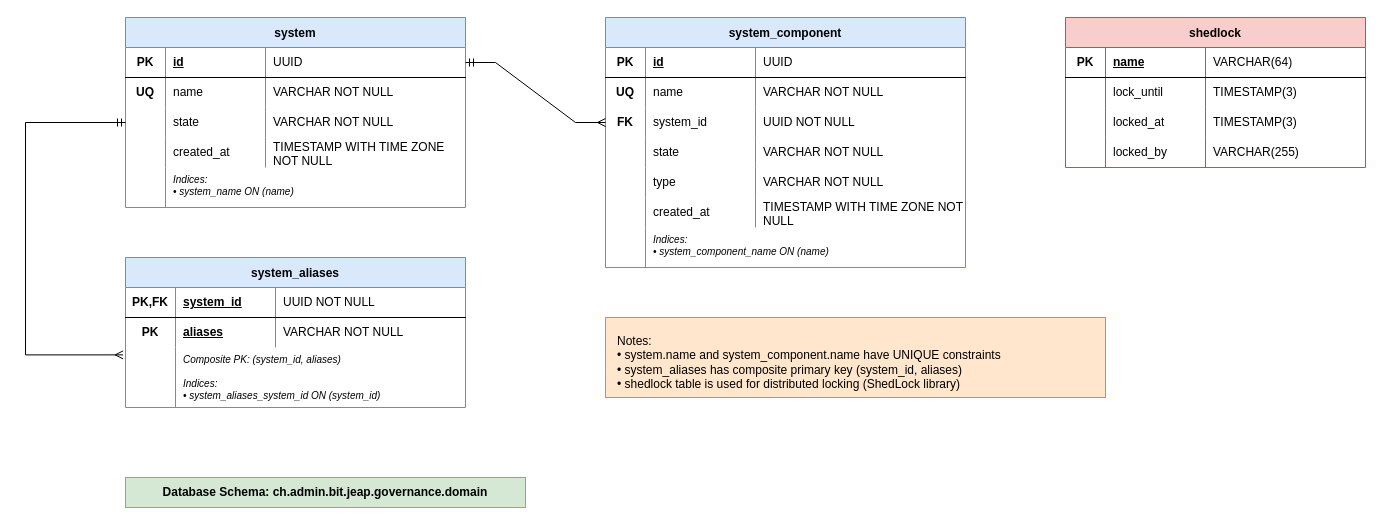
Before: docs/images/governance-db-schema.drawio in jeap-admin-ch/jeap-governance-service, a draw.io diagram. Source tidied: cells renumbered, new cells numbered last; positions are measured from the earlier drawing's top-left corner, leaving out a move shared by most shapes. Both pictures are drawn from the tidied source at 100%, with x=0, y=0 at pixel (25, 17).
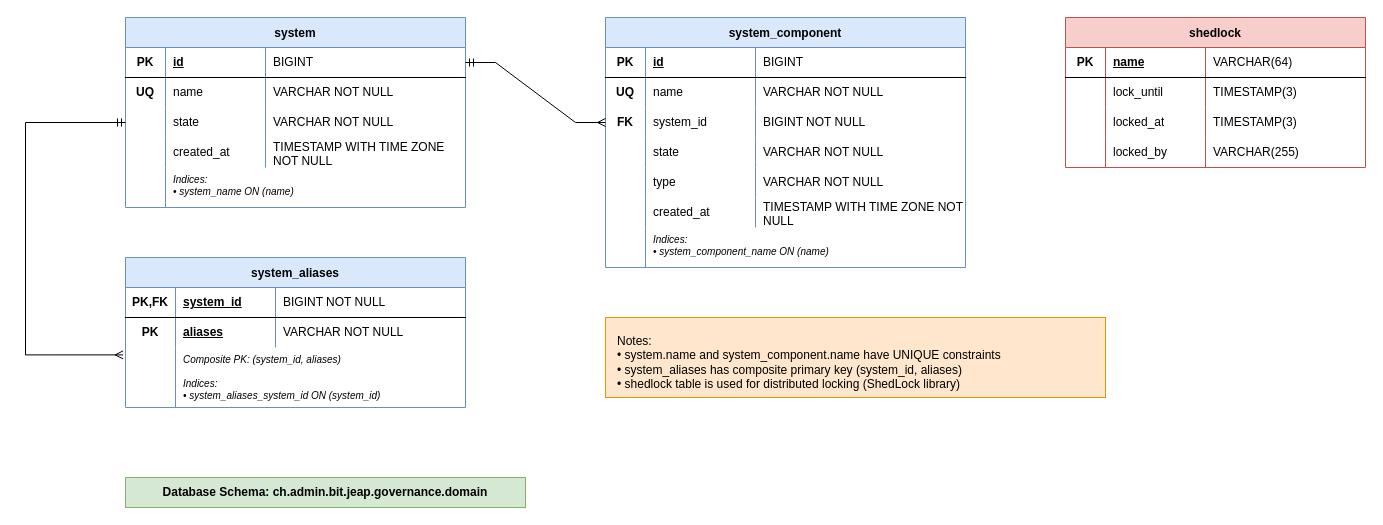
After the change.

The change refers to these unchanged cells:
```xml
<mxCell id="3" style="shape=tableRow;horizontal=0;startSize=0;swimlaneHead=0;swimlaneBody=0;fillColor=none;points=[[0,0.5],[1,0.5]];portConstraint=eastwest;top=0;left=0;right=0;bottom=1;" parent="2" vertex="1">
  <mxGeometry y="30" width="340" height="30" as="geometry" />
</mxCell>
<mxCell id="23" style="shape=tableRow;horizontal=0;startSize=0;swimlaneHead=0;swimlaneBody=0;fillColor=none;top=0;left=0;right=0;bottom=1;" parent="22" vertex="1">
  <mxGeometry y="30" width="340" height="30" as="geometry" />
</mxCell>
<mxCell id="35" style="shape=tableRow;horizontal=0;startSize=0;swimlaneHead=0;swimlaneBody=0;fillColor=none;top=0;left=0;right=0;bottom=1;" parent="34" vertex="1">
  <mxGeometry y="30" width="360" height="30" as="geometry" />
</mxCell>
<mxCell id="43" style="shape=tableRow;horizontal=0;startSize=0;swimlaneHead=0;swimlaneBody=0;fillColor=none;points=[[0,0.5],[1,0.5]];portConstraint=eastwest;top=0;left=0;right=0;bottom=0;" parent="34" vertex="1">
  <mxGeometry y="90" width="360" height="30" as="geometry" />
</mxCell>
```

Change to the diagram source:
```diff
@@
-    <mxCell id="6" value="UUID" style="shape=partialRectangle;fillColor=none;top=0;left=0;bottom=0;right=0;align=left;spacingLeft=6;overflow=hidden;whiteSpace=wrap;html=1;" parent="3" vertex="1">
+    <mxCell id="6" value="BIGINT" style="shape=partialRectangle;fillColor=none;top=0;left=0;bottom=0;right=0;align=left;spacingLeft=6;overflow=hidden;whiteSpace=wrap;html=1;" parent="3" vertex="1">
       <mxGeometry x="140" width="200" height="30" as="geometry" />
     </mxCell>
@@
-    <mxCell id="26" value="UUID NOT NULL" style="shape=partialRectangle;fillColor=none;top=0;left=0;bottom=0;right=0;align=left;spacingLeft=6;overflow=hidden;whiteSpace=wrap;html=1;" parent="23" vertex="1">
+    <mxCell id="26" value="BIGINT NOT NULL" style="shape=partialRectangle;fillColor=none;top=0;left=0;bottom=0;right=0;align=left;spacingLeft=6;overflow=hidden;whiteSpace=wrap;html=1;" parent="23" vertex="1">
       <mxGeometry x="150" width="190" height="30" as="geometry" />
     </mxCell>
@@
-    <mxCell id="38" value="UUID" style="shape=partialRectangle;fillColor=none;top=0;left=0;bottom=0;right=0;align=left;spacingLeft=6;overflow=hidden;whiteSpace=wrap;html=1;" parent="35" vertex="1">
+    <mxCell id="38" value="BIGINT" style="shape=partialRectangle;fillColor=none;top=0;left=0;bottom=0;right=0;align=left;spacingLeft=6;overflow=hidden;whiteSpace=wrap;html=1;" parent="35" vertex="1">
       <mxGeometry x="150" width="210" height="30" as="geometry" />
     </mxCell>
@@
-    <mxCell id="46" value="UUID NOT NULL" style="shape=partialRectangle;fillColor=none;top=0;left=0;bottom=0;right=0;align=left;spacingLeft=6;overflow=hidden;whiteSpace=wrap;html=1;" parent="43" vertex="1">
+    <mxCell id="46" value="BIGINT NOT NULL" style="shape=partialRectangle;fillColor=none;top=0;left=0;bottom=0;right=0;align=left;spacingLeft=6;overflow=hidden;whiteSpace=wrap;html=1;" parent="43" vertex="1">
       <mxGeometry x="150" width="210" height="30" as="geometry" />
     </mxCell>
```
